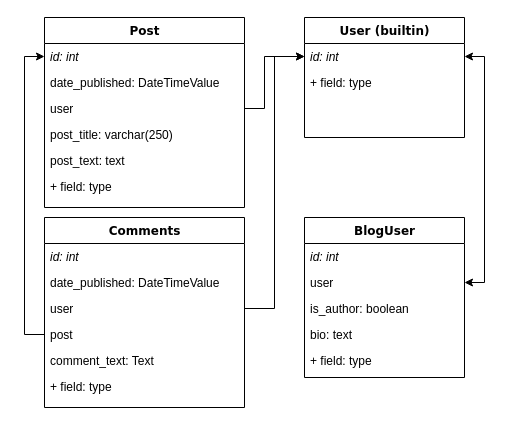
This is page "models" (1 of 2) of models.drawio from drovosekovanton/djangoProjectBlog, a draw.io file, before an edit. Source tidied: cells renumbered, new cells numbered last; positions are measured from the earlier drawing's top-left corner, leaving out a move shared by most shapes. Both pictures are drawn from the tidied source at 100%, with x=0, y=0 at pixel (44, 17).
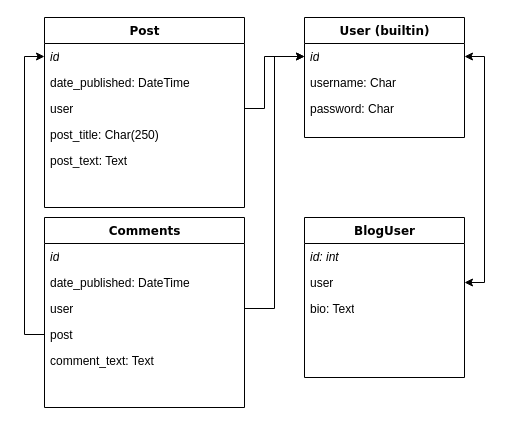
After the change.

The change refers to these unchanged cells:
```xml
<mxCell id="2" value="Post" style="swimlane;html=1;fontStyle=1;align=center;verticalAlign=top;horizontal=1;startSize=26;swimlaneFillColor=#ffffff;rounded=0;shadow=0;comic=0;labelBackgroundColor=none;strokeWidth=1;fillColor=none;fontFamily=Verdana;fontSize=12;" parent="1" vertex="1">
  <mxGeometry width="200" height="190" as="geometry" />
</mxCell>
<mxCell id="9" value="BlogUser" style="swimlane;html=1;fontStyle=1;align=center;verticalAlign=top;horizontal=1;startSize=26;swimlaneFillColor=#ffffff;rounded=0;shadow=0;comic=0;labelBackgroundColor=none;strokeWidth=1;fillColor=none;fontFamily=Verdana;fontSize=12;" parent="1" vertex="1">
  <mxGeometry x="260" y="200" width="160" height="160" as="geometry" />
</mxCell>
<mxCell id="15" value="Comments" style="swimlane;html=1;fontStyle=1;align=center;verticalAlign=top;horizontal=1;startSize=26;swimlaneFillColor=#ffffff;rounded=0;shadow=0;comic=0;labelBackgroundColor=none;strokeWidth=1;fillColor=none;fontFamily=Verdana;fontSize=12;" parent="1" vertex="1">
  <mxGeometry y="200" width="200" height="190" as="geometry" />
</mxCell>
<mxCell id="25" value="User (builtin)" style="swimlane;html=1;fontStyle=1;align=center;verticalAlign=top;horizontal=1;startSize=26;swimlaneFillColor=#ffffff;rounded=0;shadow=0;comic=0;labelBackgroundColor=none;strokeWidth=1;fillColor=none;fontFamily=Verdana;fontSize=12;" parent="1" vertex="1">
  <mxGeometry x="260" width="160" height="120" as="geometry" />
</mxCell>
```

Diff of the diagram source:
```diff
@@
-    <mxCell id="3" value="&lt;i&gt;id: int&lt;/i&gt;" style="text;html=1;strokeColor=none;fillColor=none;align=left;verticalAlign=top;spacingLeft=4;spacingRight=4;whiteSpace=wrap;overflow=hidden;points=[[0,0.5],[1,0.5]];portConstraint=eastwest;" parent="2" vertex="1">
+    <mxCell id="3" value="&lt;i&gt;id&lt;br&gt;&lt;/i&gt;" style="text;html=1;strokeColor=none;fillColor=none;align=left;verticalAlign=top;spacingLeft=4;spacingRight=4;whiteSpace=wrap;overflow=hidden;points=[[0,0.5],[1,0.5]];portConstraint=eastwest;" parent="2" vertex="1">
       <mxGeometry y="26" width="200" height="26" as="geometry" />
     </mxCell>
-    <mxCell id="4" value="date_published: DateTimeValue" style="text;html=1;strokeColor=none;fillColor=none;align=left;verticalAlign=top;spacingLeft=4;spacingRight=4;whiteSpace=wrap;overflow=hidden;" parent="2" vertex="1">
+    <mxCell id="4" value="date_published: DateTime" style="text;html=1;strokeColor=none;fillColor=none;align=left;verticalAlign=top;spacingLeft=4;spacingRight=4;whiteSpace=wrap;overflow=hidden;" parent="2" vertex="1">
       <mxGeometry y="52" width="200" height="26" as="geometry" />
     </mxCell>
@@
-    <mxCell id="6" value="post_title: varchar(250)" style="text;html=1;strokeColor=none;fillColor=none;align=left;verticalAlign=top;spacingLeft=4;spacingRight=4;whiteSpace=wrap;overflow=hidden;" parent="2" vertex="1">
+    <mxCell id="6" value="post_title: Char(250)" style="text;html=1;strokeColor=none;fillColor=none;align=left;verticalAlign=top;spacingLeft=4;spacingRight=4;whiteSpace=wrap;overflow=hidden;" parent="2" vertex="1">
       <mxGeometry y="104" width="200" height="26" as="geometry" />
     </mxCell>
-    <mxCell id="7" value="post_text: text" style="text;html=1;strokeColor=none;fillColor=none;align=left;verticalAlign=top;spacingLeft=4;spacingRight=4;whiteSpace=wrap;overflow=hidden;" parent="2" vertex="1">
+    <mxCell id="7" value="post_text: Text" style="text;html=1;strokeColor=none;fillColor=none;align=left;verticalAlign=top;spacingLeft=4;spacingRight=4;whiteSpace=wrap;overflow=hidden;" parent="2" vertex="1">
       <mxGeometry y="130" width="200" height="26" as="geometry" />
     </mxCell>
-    <mxCell id="8" value="+ field: type" style="text;html=1;strokeColor=none;fillColor=none;align=left;verticalAlign=top;spacingLeft=4;spacingRight=4;whiteSpace=wrap;overflow=hidden;" parent="2" vertex="1">
-      <mxGeometry y="156" width="200" height="26" as="geometry" />
-    </mxCell>
@@
-    <mxCell id="12" value="is_author: boolean" style="text;html=1;strokeColor=none;fillColor=none;align=left;verticalAlign=top;spacingLeft=4;spacingRight=4;whiteSpace=wrap;overflow=hidden;" parent="9" vertex="1">
-      <mxGeometry y="78" width="160" height="26" as="geometry" />
-    </mxCell>
-    <mxCell id="13" value="bio: text" style="text;html=1;strokeColor=none;fillColor=none;align=left;verticalAlign=top;spacingLeft=4;spacingRight=4;whiteSpace=wrap;overflow=hidden;" parent="9" vertex="1">
-      <mxGeometry y="104" width="160" height="26" as="geometry" />
+    <mxCell id="13" value="bio: Text" style="text;html=1;strokeColor=none;fillColor=none;align=left;verticalAlign=top;spacingLeft=4;spacingRight=4;whiteSpace=wrap;overflow=hidden;" parent="9" vertex="1">
+      <mxGeometry y="78" width="160" height="26" as="geometry" />
     </mxCell>
-    <mxCell id="14" value="+ field: type" style="text;html=1;strokeColor=none;fillColor=none;align=left;verticalAlign=top;spacingLeft=4;spacingRight=4;whiteSpace=wrap;overflow=hidden;" parent="9" vertex="1">
-      <mxGeometry y="130" width="160" height="26" as="geometry" />
-    </mxCell>
@@
-    <mxCell id="16" value="&lt;i&gt;id: int&lt;/i&gt;" style="text;html=1;strokeColor=none;fillColor=none;align=left;verticalAlign=top;spacingLeft=4;spacingRight=4;whiteSpace=wrap;overflow=hidden;" parent="15" vertex="1">
+    <mxCell id="16" value="&lt;i&gt;id&lt;/i&gt;" style="text;html=1;strokeColor=none;fillColor=none;align=left;verticalAlign=top;spacingLeft=4;spacingRight=4;whiteSpace=wrap;overflow=hidden;" parent="15" vertex="1">
       <mxGeometry y="26" width="200" height="26" as="geometry" />
     </mxCell>
-    <mxCell id="17" value="date_published: DateTimeValue" style="text;html=1;strokeColor=none;fillColor=none;align=left;verticalAlign=top;spacingLeft=4;spacingRight=4;whiteSpace=wrap;overflow=hidden;" parent="15" vertex="1">
+    <mxCell id="17" value="date_published: DateTime" style="text;html=1;strokeColor=none;fillColor=none;align=left;verticalAlign=top;spacingLeft=4;spacingRight=4;whiteSpace=wrap;overflow=hidden;" parent="15" vertex="1">
       <mxGeometry y="52" width="200" height="26" as="geometry" />
     </mxCell>
@@
-    <mxCell id="21" value="+ field: type" style="text;html=1;strokeColor=none;fillColor=none;align=left;verticalAlign=top;spacingLeft=4;spacingRight=4;whiteSpace=wrap;overflow=hidden;" parent="15" vertex="1">
-      <mxGeometry y="156" width="200" height="26" as="geometry" />
-    </mxCell>
@@
-    <mxCell id="26" value="&lt;i&gt;id: int&lt;/i&gt;" style="text;html=1;strokeColor=none;fillColor=none;align=left;verticalAlign=top;spacingLeft=4;spacingRight=4;whiteSpace=wrap;overflow=hidden;points=[[0,0.5],[1,0.5]];portConstraint=eastwest;" parent="25" vertex="1">
+    <mxCell id="26" value="&lt;i&gt;id&lt;/i&gt;" style="text;html=1;strokeColor=none;fillColor=none;align=left;verticalAlign=top;spacingLeft=4;spacingRight=4;whiteSpace=wrap;overflow=hidden;points=[[0,0.5],[1,0.5]];portConstraint=eastwest;" parent="25" vertex="1">
       <mxGeometry y="26" width="160" height="26" as="geometry" />
     </mxCell>
-    <mxCell id="27" value="+ field: type" style="text;html=1;strokeColor=none;fillColor=none;align=left;verticalAlign=top;spacingLeft=4;spacingRight=4;whiteSpace=wrap;overflow=hidden;" parent="25" vertex="1">
-      <mxGeometry y="52" width="160" height="26" as="geometry" />
-    </mxCell>
+    <mxCell id="29" value="username: Char" style="text;html=1;strokeColor=none;fillColor=none;align=left;verticalAlign=top;spacingLeft=4;spacingRight=4;whiteSpace=wrap;overflow=hidden;" parent="25" vertex="1">
+      <mxGeometry y="52" width="160" height="26" as="geometry" />
+    </mxCell>
+    <mxCell id="30" value="password: Char" style="text;html=1;strokeColor=none;fillColor=none;align=left;verticalAlign=top;spacingLeft=4;spacingRight=4;whiteSpace=wrap;overflow=hidden;" parent="25" vertex="1">
+      <mxGeometry y="78" width="160" height="26" as="geometry" />
+    </mxCell>
```
